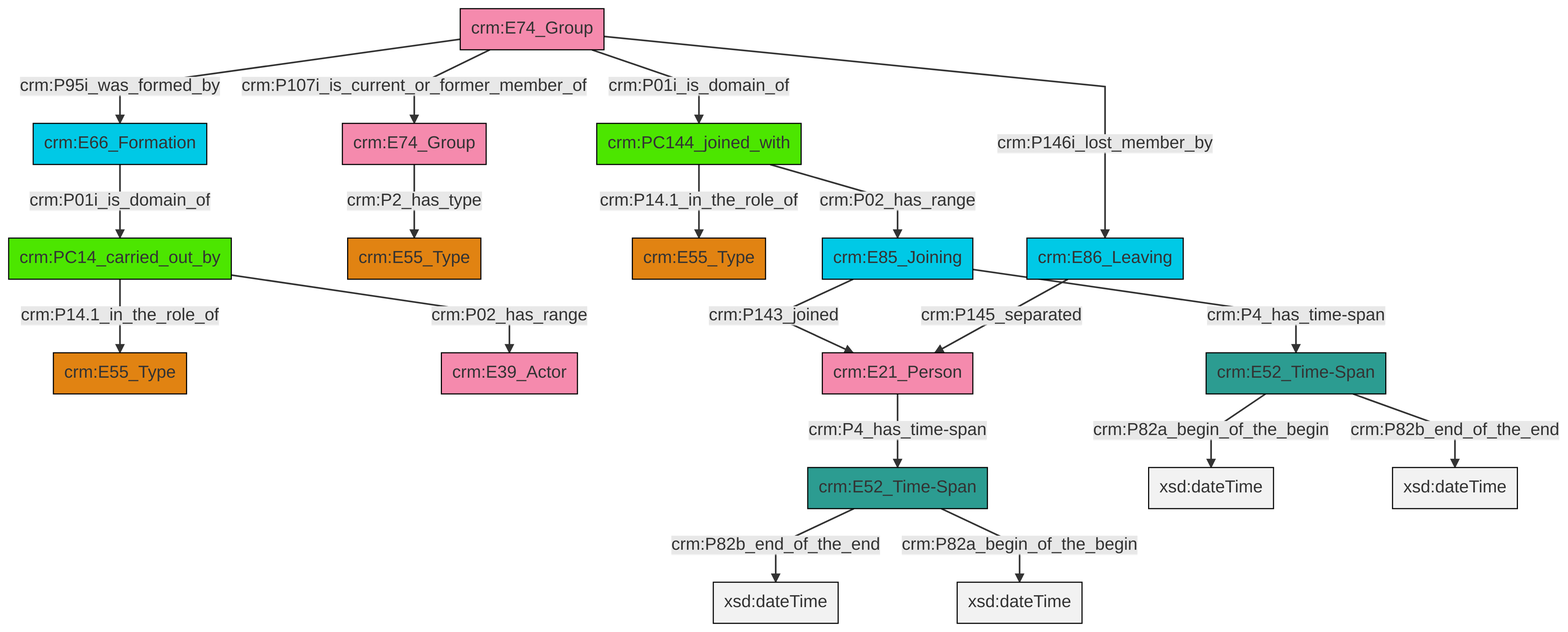
Earlier version of the Mermaid export et/groupCSV/ttl/mmd/png/group_actor_relations.png (swiss-art-research-net/docs.swissartresearch). Its source is kept beside it as et/groupCSV/ttl/mmd/group_actor_relations.ttl.mmd.
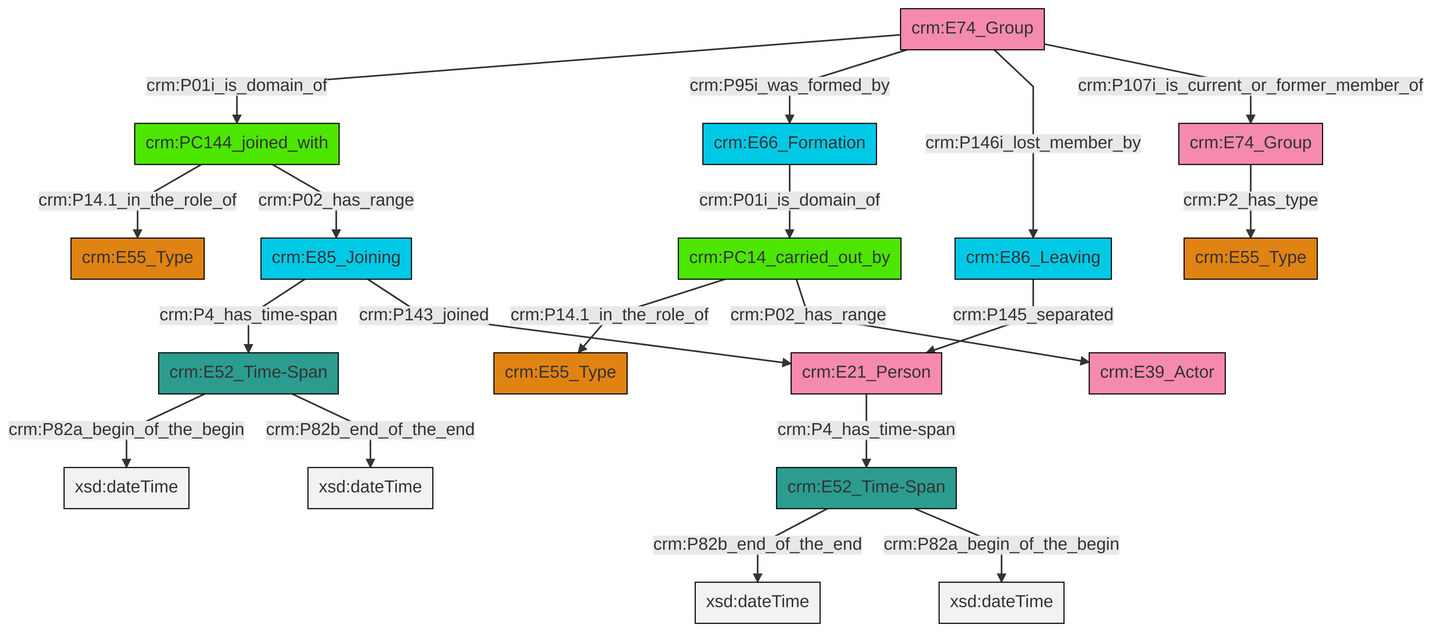
The same file after the commit.

The edit, as a diff of the source:
```diff
@@ -13,21 +13,21 @@
 classDef PC_Classes fill:#4ce600, stroke:#000000;
 classDef Multi fill:#cccccc,stroke:#000000;
 
-0["crm:PC14_carried_out_by"]:::PC_Classes -->|crm:P14.1_in_the_role_of| 1["crm:E55_Type"]:::Type
-2["crm:E52_Time-Span"]:::Time-Span -->|crm:P82b_end_of_the_end| 3[xsd:dateTime]:::Literal
-2["crm:E52_Time-Span"]:::Time-Span -->|crm:P82a_begin_of_the_begin| 7[xsd:dateTime]:::Literal
-8["crm:E74_Group"]:::Actor -->|crm:P01i_is_domain_of| 9["crm:PC144_joined_with"]:::PC_Classes
-0["crm:PC14_carried_out_by"]:::PC_Classes -->|crm:P02_has_range| 14["crm:E39_Actor"]:::Actor
-15["crm:E74_Group"]:::Actor -->|crm:P2_has_type| 5["crm:E55_Type"]:::Type
-16["crm:E85_Joining"]:::Temporal_Entity -->|crm:P143_joined| 17["crm:E21_Person"]:::Actor
-16["crm:E85_Joining"]:::Temporal_Entity -->|crm:P4_has_time-span| 18["crm:E52_Time-Span"]:::Time-Span
-19["crm:E66_Formation"]:::Temporal_Entity -->|crm:P01i_is_domain_of| 0["crm:PC14_carried_out_by"]:::PC_Classes
-17["crm:E21_Person"]:::Actor -->|crm:P4_has_time-span| 2["crm:E52_Time-Span"]:::Time-Span
-8["crm:E74_Group"]:::Actor -->|crm:P107i_is_current_or_former_member_of| 15["crm:E74_Group"]:::Actor
-9["crm:PC144_joined_with"]:::PC_Classes -->|crm:P02_has_range| 16["crm:E85_Joining"]:::Temporal_Entity
-21["crm:E86_Leaving"]:::Temporal_Entity -->|crm:P145_separated| 17["crm:E21_Person"]:::Actor
-9["crm:PC144_joined_with"]:::PC_Classes -->|crm:P14.1_in_the_role_of| 11["crm:E55_Type"]:::Type
-18["crm:E52_Time-Span"]:::Time-Span -->|crm:P82a_begin_of_the_begin| 25[xsd:dateTime]:::Literal
-8["crm:E74_Group"]:::Actor -->|crm:P95i_was_formed_by| 19["crm:E66_Formation"]:::Temporal_Entity
-18["crm:E52_Time-Span"]:::Time-Span -->|crm:P82b_end_of_the_end| 30[xsd:dateTime]:::Literal
-8["crm:E74_Group"]:::Actor -->|crm:P146i_lost_member_by| 21["crm:E86_Leaving"]:::Temporal_Entity
+4["crm:E85_Joining"]:::Temporal_Entity -->|crm:P4_has_time-span| 0["crm:E52_Time-Span"]:::Time-Span
+5["crm:E74_Group"]:::Actor -->|crm:P2_has_type| 6["crm:E55_Type"]:::Type
+7["crm:E52_Time-Span"]:::Time-Span -->|crm:P82b_end_of_the_end| 8[xsd:dateTime]:::Literal
+12["crm:PC144_joined_with"]:::PC_Classes -->|crm:P14.1_in_the_role_of| 2["crm:E55_Type"]:::Type
+15["crm:E74_Group"]:::Actor -->|crm:P01i_is_domain_of| 12["crm:PC144_joined_with"]:::PC_Classes
+12["crm:PC144_joined_with"]:::PC_Classes -->|crm:P02_has_range| 4["crm:E85_Joining"]:::Temporal_Entity
+22["crm:E86_Leaving"]:::Temporal_Entity -->|crm:P145_separated| 20["crm:E21_Person"]:::Actor
+15["crm:E74_Group"]:::Actor -->|crm:P95i_was_formed_by| 10["crm:E66_Formation"]:::Temporal_Entity
+7["crm:E52_Time-Span"]:::Time-Span -->|crm:P82a_begin_of_the_begin| 24[xsd:dateTime]:::Literal
+10["crm:E66_Formation"]:::Temporal_Entity -->|crm:P01i_is_domain_of| 18["crm:PC14_carried_out_by"]:::PC_Classes
+20["crm:E21_Person"]:::Actor -->|crm:P4_has_time-span| 7["crm:E52_Time-Span"]:::Time-Span
+0["crm:E52_Time-Span"]:::Time-Span -->|crm:P82a_begin_of_the_begin| 26[xsd:dateTime]:::Literal
+15["crm:E74_Group"]:::Actor -->|crm:P146i_lost_member_by| 22["crm:E86_Leaving"]:::Temporal_Entity
+15["crm:E74_Group"]:::Actor -->|crm:P107i_is_current_or_former_member_of| 5["crm:E74_Group"]:::Actor
+4["crm:E85_Joining"]:::Temporal_Entity -->|crm:P143_joined| 20["crm:E21_Person"]:::Actor
+18["crm:PC14_carried_out_by"]:::PC_Classes -->|crm:P14.1_in_the_role_of| 16["crm:E55_Type"]:::Type
+18["crm:PC14_carried_out_by"]:::PC_Classes -->|crm:P02_has_range| 13["crm:E39_Actor"]:::Actor
+0["crm:E52_Time-Span"]:::Time-Span -->|crm:P82b_end_of_the_end| 34[xsd:dateTime]:::Literal
```
